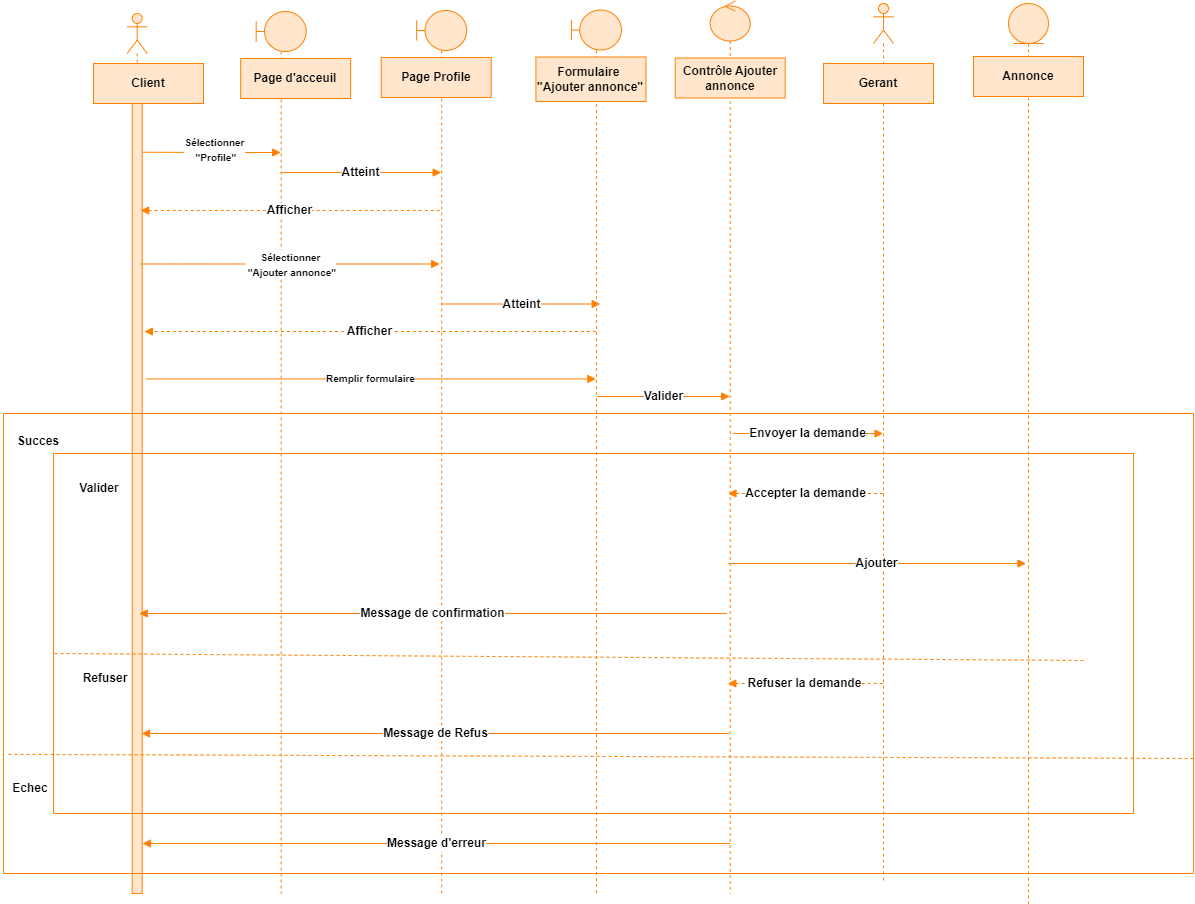
This is images/Ajouter une annonce d.png from alizhassane/pfe, a draw.io export, as it was before one commit. Source tidied: cells renumbered, new cells last; positions are measured from the earlier drawing's top-left corner, leaving out a move shared by most shapes.
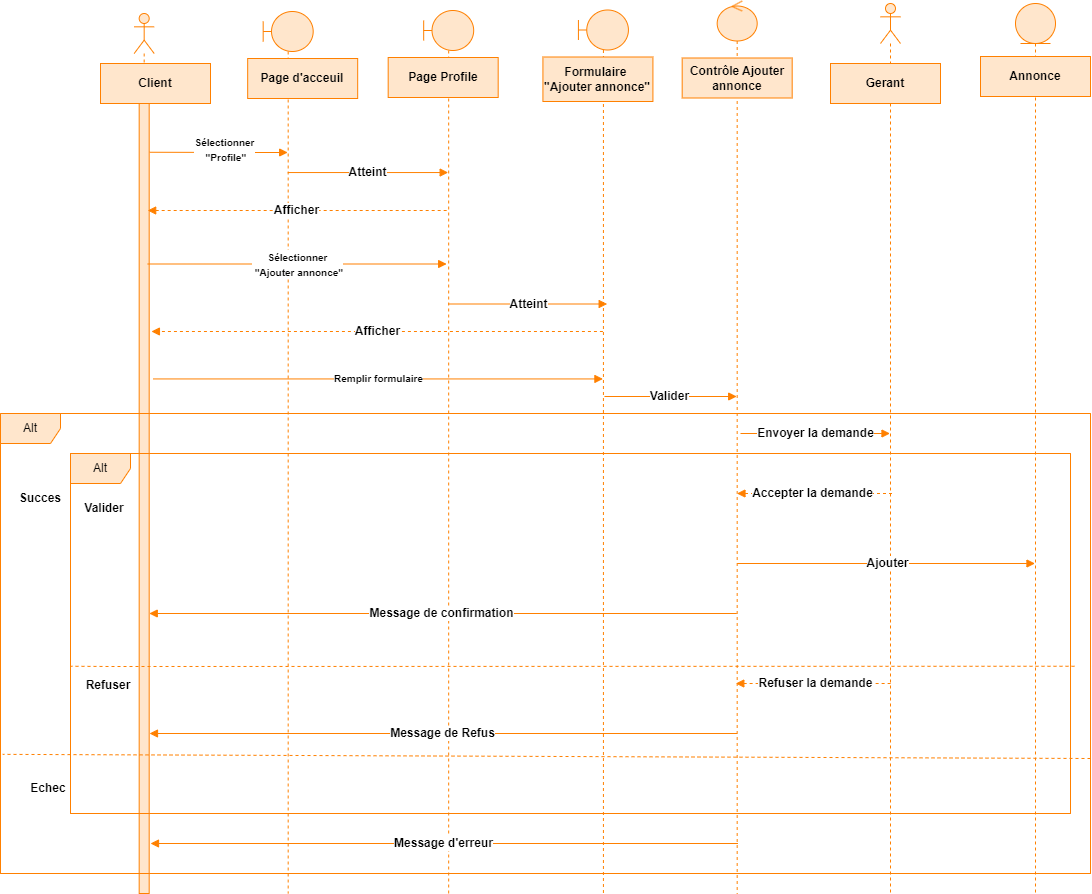
After the commit.

The edit, as a diff of the source:
```diff
@@ -15,7 +15,7 @@
       <mxGeometry x="255.7" y="10" width="50" height="882" as="geometry" />
     </mxCell>
     <mxCell id="6" style="shape=umlLifeline;perimeter=lifelinePerimeter;whiteSpace=wrap;html=1;newEdgeStyle={&quot;curved&quot;:0,&quot;rounded&quot;:0};participant=umlEntity;strokeColor=#FF8000;align=center;verticalAlign=middle;fontFamily=Helvetica;fontSize=12;fontColor=default;fontStyle=1;fillColor=#FFE6CC;" parent="1" vertex="1">
-      <mxGeometry x="1008" y="2" width="40" height="900" as="geometry" />
+      <mxGeometry x="1008" y="2" width="40" height="890" as="geometry" />
     </mxCell>
     <mxCell id="7" style="shape=umlLifeline;perimeter=lifelinePerimeter;whiteSpace=wrap;html=1;newEdgeStyle={&quot;curved&quot;:0,&quot;rounded&quot;:0};participant=umlControl;strokeColor=#FF8000;align=center;verticalAlign=middle;fontFamily=Helvetica;fontSize=12;fontColor=default;fontStyle=1;fillColor=#FFE6CC;" parent="1" vertex="1">
       <mxGeometry x="709.7" y="-0.5" width="40" height="892.5" as="geometry" />
@@ -69,101 +69,108 @@
       </mxGeometry>
     </mxCell>
     <mxCell id="18" style="swimlane;startSize=0;strokeColor=#FF8000;align=center;verticalAlign=middle;fontFamily=Helvetica;fontSize=12;fontColor=default;fontStyle=1;fillColor=#FFE6CC;" parent="1" vertex="1">
-      <mxGeometry x="3" y="412" width="1190" height="460" as="geometry" />
+      <mxGeometry x="-7" y="412" width="1090" height="460" as="geometry" />
     </mxCell>
     <mxCell id="19" value="&lt;b&gt;Succes&lt;/b&gt;" style="text;html=1;align=center;verticalAlign=middle;whiteSpace=wrap;rounded=0;fontFamily=Helvetica;fontSize=12;fontColor=default;fontStyle=1;" parent="18" vertex="1">
-      <mxGeometry x="5" y="13" width="60" height="30" as="geometry" />
+      <mxGeometry x="10" y="70" width="60" height="30" as="geometry" />
     </mxCell>
     <mxCell id="20" value="Message d'erreur" style="html=1;verticalAlign=middle;endArrow=block;curved=0;rounded=0;strokeColor=#FF8000;align=center;fontFamily=Helvetica;fontSize=12;fontColor=default;fontStyle=1;fillColor=#FFE6CC;" parent="18" edge="1">
       <mxGeometry relative="1" as="geometry">
-        <mxPoint x="726.5" y="430" as="sourcePoint" />
-        <mxPoint x="139" y="430" as="targetPoint" />
+        <mxPoint x="737.5" y="430" as="sourcePoint" />
+        <mxPoint x="150" y="430" as="targetPoint" />
       </mxGeometry>
     </mxCell>
-    <mxCell id="21" style="shape=umlLifeline;perimeter=lifelinePerimeter;whiteSpace=wrap;html=1;outlineConnect=0;portConstraint=eastwest;newEdgeStyle={&quot;curved&quot;:0,&quot;rounded&quot;:0};participant=umlBoundary;strokeColor=#FF8000;align=center;verticalAlign=middle;fontFamily=Helvetica;fontSize=12;fontColor=default;fontStyle=1;fillColor=#FFE6CC;" parent="1" vertex="1">
-      <mxGeometry x="570.9" y="8.5" width="50" height="883.5" as="geometry" />
+    <mxCell id="21" value="&lt;b&gt;Echec&lt;/b&gt;" style="text;html=1;align=center;verticalAlign=middle;whiteSpace=wrap;rounded=0;fontFamily=Helvetica;fontSize=12;fontColor=default;fontStyle=1;" parent="18" vertex="1">
+      <mxGeometry x="18" y="360" width="60" height="30" as="geometry" />
     </mxCell>
-    <mxCell id="22" value="Formulaire&amp;nbsp;&lt;div&gt;&lt;span style=&quot;background-color: initial;&quot;&gt;&quot;Ajouter annonce&quot;&lt;/span&gt;&lt;/div&gt;" style="rounded=0;whiteSpace=wrap;html=1;fillColor=#FFE6CC;strokeColor=#FF8000;align=center;verticalAlign=middle;fontFamily=Helvetica;fontSize=12;fontColor=default;fontStyle=1;" parent="1" vertex="1">
-      <mxGeometry x="535.4" y="55.5" width="110" height="44.5" as="geometry" />
+    <mxCell id="22" value="Alt" style="shape=umlFrame;whiteSpace=wrap;html=1;fillColor=#FFE6CC;strokeColor=#FF8000;strokeWidth=1;align=center;verticalAlign=middle;fontFamily=Helvetica;fontSize=12;fontColor=default;" parent="18" vertex="1">
+      <mxGeometry x="70" y="40" width="1000" height="360" as="geometry" />
     </mxCell>
-    <mxCell id="23" value="Afficher" style="html=1;verticalAlign=middle;endArrow=block;curved=0;rounded=0;dashed=1;strokeColor=#FF8000;align=center;fontFamily=Helvetica;fontSize=12;fontColor=default;fontStyle=1;fillColor=#FFE6CC;" parent="1" edge="1">
-      <mxGeometry relative="1" as="geometry">
-        <mxPoint x="595.4" y="330" as="sourcePoint" />
-        <mxPoint x="143.9" y="330" as="targetPoint" />
-      </mxGeometry>
+    <mxCell id="23" value="Alt" style="shape=umlFrame;whiteSpace=wrap;html=1;fillColor=#FFE6CC;strokeColor=#FF8000;strokeWidth=1;align=center;verticalAlign=middle;fontFamily=Helvetica;fontSize=12;fontColor=default;" parent="18" vertex="1">
+      <mxGeometry width="1090" height="460" as="geometry" />
     </mxCell>
-    <mxCell id="24" value="Valider" style="html=1;verticalAlign=middle;endArrow=block;curved=0;rounded=0;strokeColor=#FF8000;align=center;fontFamily=Helvetica;fontSize=12;fontColor=default;fontStyle=1;fillColor=#FFE6CC;" parent="1" edge="1">
-      <mxGeometry relative="1" as="geometry">
-        <mxPoint x="596.9" y="395" as="sourcePoint" />
-        <mxPoint x="729.2" y="395" as="targetPoint" />
-      </mxGeometry>
+    <mxCell id="24" style="shape=umlLifeline;perimeter=lifelinePerimeter;whiteSpace=wrap;html=1;outlineConnect=0;portConstraint=eastwest;newEdgeStyle={&quot;curved&quot;:0,&quot;rounded&quot;:0};participant=umlBoundary;strokeColor=#FF8000;align=center;verticalAlign=middle;fontFamily=Helvetica;fontSize=12;fontColor=default;fontStyle=1;fillColor=#FFE6CC;" parent="1" vertex="1">
+      <mxGeometry x="570.9" y="8.5" width="50" height="883.5" as="geometry" />
     </mxCell>
-    <mxCell id="25" value="&lt;span style=&quot;font-size: 10px;&quot;&gt;Remplir formulaire&lt;/span&gt;" style="html=1;verticalAlign=middle;endArrow=block;curved=0;rounded=0;strokeColor=#FF8000;align=center;fontFamily=Helvetica;fontSize=12;fontColor=default;fontStyle=1;fillColor=#FFE6CC;" parent="1" edge="1" target="21">
-      <mxGeometry relative="1" as="geometry">
-        <mxPoint x="145.7" y="377.4" as="sourcePoint" />
-      </mxGeometry>
+    <mxCell id="25" value="Formulaire&amp;nbsp;&lt;div&gt;&lt;span style=&quot;background-color: initial;&quot;&gt;&quot;Ajouter annonce&quot;&lt;/span&gt;&lt;/div&gt;" style="rounded=0;whiteSpace=wrap;html=1;fillColor=#FFE6CC;strokeColor=#FF8000;align=center;verticalAlign=middle;fontFamily=Helvetica;fontSize=12;fontColor=default;fontStyle=1;" parent="1" vertex="1">
+      <mxGeometry x="535.4" y="55.5" width="110" height="44.5" as="geometry" />
     </mxCell>
-    <mxCell id="26" style="shape=umlLifeline;perimeter=lifelinePerimeter;whiteSpace=wrap;html=1;outlineConnect=0;portConstraint=eastwest;newEdgeStyle={&quot;curved&quot;:0,&quot;rounded&quot;:0};participant=umlActor;fillColor=#FFE6CC;strokeColor=#FF8000;align=center;verticalAlign=middle;fontFamily=Helvetica;fontSize=12;fontColor=default;fontStyle=1;" parent="1" vertex="1">
-      <mxGeometry x="873" y="2" width="20" height="880" as="geometry" />
+    <mxCell id="26" value="Afficher" style="html=1;verticalAlign=middle;endArrow=block;curved=0;rounded=0;dashed=1;strokeColor=#FF8000;align=center;fontFamily=Helvetica;fontSize=12;fontColor=default;fontStyle=1;fillColor=#FFE6CC;" parent="1" edge="1">
+      <mxGeometry relative="1" as="geometry">
+        <mxPoint x="595.4" y="330" as="sourcePoint" />
+        <mxPoint x="143.9" y="330" as="targetPoint" />
+      </mxGeometry>
     </mxCell>
-    <mxCell id="27" value="Gerant" style="rounded=0;whiteSpace=wrap;html=1;fillColor=#FFE6CC;strokeColor=#FF8000;align=center;verticalAlign=middle;fontFamily=Helvetica;fontSize=12;fontColor=default;fontStyle=1;" parent="1" vertex="1">
-      <mxGeometry x="823" y="62" width="110" height="40" as="geometry" />
+    <mxCell id="27" value="Valider" style="html=1;verticalAlign=middle;endArrow=block;curved=0;rounded=0;strokeColor=#FF8000;align=center;fontFamily=Helvetica;fontSize=12;fontColor=default;fontStyle=1;fillColor=#FFE6CC;" parent="1" edge="1">
+      <mxGeometry relative="1" as="geometry">
+        <mxPoint x="596.9" y="395" as="sourcePoint" />
+        <mxPoint x="729.2" y="395" as="targetPoint" />
+      </mxGeometry>
     </mxCell>
-    <mxCell id="28" value="Envoyer la demande" style="html=1;verticalAlign=middle;endArrow=block;curved=0;rounded=0;fillColor=#FFE6CC;strokeColor=#FF8000;align=center;fontFamily=Helvetica;fontSize=12;fontColor=default;fontStyle=1;" parent="1" edge="1" target="26">
+    <mxCell id="28" value="&lt;span style=&quot;font-size: 10px;&quot;&gt;Remplir formulaire&lt;/span&gt;" style="html=1;verticalAlign=middle;endArrow=block;curved=0;rounded=0;strokeColor=#FF8000;align=center;fontFamily=Helvetica;fontSize=12;fontColor=default;fontStyle=1;fillColor=#FFE6CC;" parent="1" edge="1" target="24">
       <mxGeometry relative="1" as="geometry">
-        <mxPoint x="733" y="432" as="sourcePoint" />
+        <mxPoint x="145.7" y="377.4" as="sourcePoint" />
       </mxGeometry>
     </mxCell>
-    <mxCell id="29" style="swimlane;startSize=0;strokeColor=#FF8000;align=center;verticalAlign=middle;fontFamily=Helvetica;fontSize=12;fontColor=default;fontStyle=1;fillColor=#FFE6CC;" parent="1" vertex="1">
-      <mxGeometry x="53" y="452" width="1080" height="360" as="geometry" />
+    <mxCell id="29" style="shape=umlLifeline;perimeter=lifelinePerimeter;whiteSpace=wrap;html=1;outlineConnect=0;portConstraint=eastwest;newEdgeStyle={&quot;curved&quot;:0,&quot;rounded&quot;:0};participant=umlActor;fillColor=#FFE6CC;strokeColor=#FF8000;align=center;verticalAlign=middle;fontFamily=Helvetica;fontSize=12;fontColor=default;fontStyle=1;" parent="1" vertex="1">
+      <mxGeometry x="873" y="2" width="20" height="890" as="geometry" />
     </mxCell>
-    <mxCell id="30" value="&lt;b&gt;Valider&lt;/b&gt;" style="text;html=1;align=center;verticalAlign=middle;whiteSpace=wrap;rounded=0;fontFamily=Helvetica;fontSize=12;fontColor=default;fontStyle=1;" parent="29" vertex="1">
-      <mxGeometry x="16" y="20" width="60" height="30" as="geometry" />
+    <mxCell id="30" value="Gerant" style="rounded=0;whiteSpace=wrap;html=1;fillColor=#FFE6CC;strokeColor=#FF8000;align=center;verticalAlign=middle;fontFamily=Helvetica;fontSize=12;fontColor=default;fontStyle=1;" parent="1" vertex="1">
+      <mxGeometry x="823" y="62" width="110" height="40" as="geometry" />
     </mxCell>
-    <mxCell id="31" value="&lt;b&gt;Refuser&lt;/b&gt;" style="text;html=1;align=center;verticalAlign=middle;whiteSpace=wrap;rounded=0;fontFamily=Helvetica;fontSize=12;fontColor=default;fontStyle=1;" parent="29" vertex="1">
-      <mxGeometry x="22" y="210" width="60" height="30" as="geometry" />
+    <mxCell id="31" value="Envoyer la demande" style="html=1;verticalAlign=middle;endArrow=block;curved=0;rounded=0;fillColor=#FFE6CC;strokeColor=#FF8000;align=center;fontFamily=Helvetica;fontSize=12;fontColor=default;fontStyle=1;" parent="1" edge="1" target="29">
+      <mxGeometry relative="1" as="geometry">
+        <mxPoint x="733" y="432" as="sourcePoint" />
+      </mxGeometry>
     </mxCell>
-    <mxCell id="32" value="&lt;b&gt;Echec&lt;/b&gt;" style="text;html=1;align=center;verticalAlign=middle;whiteSpace=wrap;rounded=0;fontFamily=Helvetica;fontSize=12;fontColor=default;fontStyle=1;" parent="29" vertex="1">
-      <mxGeometry x="-53" y="320" width="60" height="30" as="geometry" />
+    <mxCell id="32" style="swimlane;startSize=0;strokeColor=#FF8000;align=center;verticalAlign=middle;fontFamily=Helvetica;fontSize=12;fontColor=default;fontStyle=1;fillColor=#FFE6CC;" parent="1" vertex="1">
+      <mxGeometry x="63" y="452" width="1000" height="360" as="geometry" />
     </mxCell>
-    <mxCell id="33" value="Accepter la demande" style="html=1;verticalAlign=middle;endArrow=block;curved=0;rounded=0;dashed=1;strokeColor=#FF8000;align=center;fontFamily=Helvetica;fontSize=12;fontColor=default;fontStyle=1;fillColor=#FFE6CC;" parent="29" edge="1">
-      <mxGeometry relative="1" as="geometry">
-        <mxPoint x="829.5" y="40" as="sourcePoint" />
-        <mxPoint x="674.5" y="40" as="targetPoint" />
-      </mxGeometry>
+    <mxCell id="33" value="&lt;b&gt;Valider&lt;/b&gt;" style="text;html=1;align=center;verticalAlign=middle;whiteSpace=wrap;rounded=0;fontFamily=Helvetica;fontSize=12;fontColor=default;fontStyle=1;" parent="32" vertex="1">
+      <mxGeometry x="4" y="40" width="60" height="30" as="geometry" />
     </mxCell>
-    <mxCell id="34" value="Ajouter" style="html=1;verticalAlign=middle;endArrow=block;curved=0;rounded=0;strokeColor=#FF8000;align=center;fontFamily=Helvetica;fontSize=12;fontColor=default;fontStyle=1;fillColor=#FFE6CC;" parent="29" edge="1">
-      <mxGeometry x="-0.01" relative="1" as="geometry">
-        <mxPoint x="674.6" y="110" as="sourcePoint" />
-        <mxPoint x="972.5" y="110" as="targetPoint" />
-      </mxGeometry>
+    <mxCell id="34" value="&lt;b&gt;Refuser&lt;/b&gt;" style="text;html=1;align=center;verticalAlign=middle;whiteSpace=wrap;rounded=0;fontFamily=Helvetica;fontSize=12;fontColor=default;fontStyle=1;" parent="32" vertex="1">
+      <mxGeometry x="8" y="217" width="60" height="30" as="geometry" />
     </mxCell>
-    <mxCell id="35" value="Message de Refus" style="html=1;verticalAlign=middle;endArrow=block;curved=0;rounded=0;strokeColor=#FF8000;align=center;fontFamily=Helvetica;fontSize=12;fontColor=default;fontStyle=1;fillColor=#FFE6CC;" parent="29" edge="1">
+    <mxCell id="35" value="Accepter la demande" style="html=1;verticalAlign=middle;endArrow=block;curved=0;rounded=0;dashed=1;strokeColor=#FF8000;align=center;fontFamily=Helvetica;fontSize=12;fontColor=default;fontStyle=1;fillColor=#FFE6CC;" parent="32" edge="1">
       <mxGeometry relative="1" as="geometry">
-        <mxPoint x="675.5" y="280" as="sourcePoint" />
-        <mxPoint x="88" y="280" as="targetPoint" />
+        <mxPoint x="821.5" y="40" as="sourcePoint" />
+        <mxPoint x="666.5" y="40" as="targetPoint" />
       </mxGeometry>
     </mxCell>
-    <mxCell id="36" value="Message de confirmation" style="html=1;verticalAlign=middle;endArrow=block;curved=0;rounded=0;strokeColor=#FF8000;align=center;fontFamily=Helvetica;fontSize=12;fontColor=default;fontStyle=1;fillColor=#FFE6CC;" parent="29" edge="1">
-      <mxGeometry relative="1" as="geometry">
-        <mxPoint x="673.3" y="160" as="sourcePoint" />
-        <mxPoint x="85.8" y="160" as="targetPoint" />
+    <mxCell id="36" value="Ajouter" style="html=1;verticalAlign=middle;endArrow=block;curved=0;rounded=0;strokeColor=#FF8000;align=center;fontFamily=Helvetica;fontSize=12;fontColor=default;fontStyle=1;fillColor=#FFE6CC;" parent="32" edge="1">
+      <mxGeometry x="-0.01" relative="1" as="geometry">
+        <mxPoint x="666.6" y="110" as="sourcePoint" />
+        <mxPoint x="964.5" y="110" as="targetPoint" />
       </mxGeometry>
     </mxCell>
-    <mxCell id="37" style="html=1;verticalAlign=middle;endArrow=none;curved=0;rounded=0;dashed=1;endFill=0;strokeColor=#FF8000;align=center;fontFamily=Helvetica;fontSize=12;fontColor=default;fontStyle=1;fillColor=#FFE6CC;" parent="29" edge="1">
+    <mxCell id="37" value="Message de Refus" style="html=1;verticalAlign=middle;endArrow=block;curved=0;rounded=0;strokeColor=#FF8000;align=center;fontFamily=Helvetica;fontSize=12;fontColor=default;fontStyle=1;fillColor=#FFE6CC;" parent="32" edge="1">
       <mxGeometry relative="1" as="geometry">
-        <mxPoint x="1030" y="207" as="sourcePoint" />
-        <mxPoint y="200" as="targetPoint" />
+        <mxPoint x="666.5" y="280" as="sourcePoint" />
+        <mxPoint x="79" y="280" as="targetPoint" />
       </mxGeometry>
     </mxCell>
-    <mxCell id="38" value="Refuser la demande" style="html=1;verticalAlign=middle;endArrow=block;curved=0;rounded=0;dashed=1;exitX=0.556;exitY=0.817;exitDx=0;exitDy=0;exitPerimeter=0;strokeColor=#FF8000;align=center;fontFamily=Helvetica;fontSize=12;fontColor=default;fontStyle=1;fillColor=#FFE6CC;" parent="29" edge="1">
+    <mxCell id="38" value="Message de confirmation" style="html=1;verticalAlign=middle;endArrow=block;curved=0;rounded=0;strokeColor=#FF8000;align=center;fontFamily=Helvetica;fontSize=12;fontColor=default;fontStyle=1;fillColor=#FFE6CC;" parent="32" edge="1">
       <mxGeometry relative="1" as="geometry">
-        <mxPoint x="829.1" y="230" as="sourcePoint" />
-        <mxPoint x="674.3" y="230" as="targetPoint" />
+        <mxPoint x="666.3" y="160" as="sourcePoint" />
+        <mxPoint x="78.8" y="160" as="targetPoint" />
       </mxGeometry>
     </mxCell>
-    <mxCell id="39" style="html=1;verticalAlign=middle;endArrow=none;curved=0;rounded=0;dashed=1;endFill=0;entryX=0.002;entryY=0.741;entryDx=0;entryDy=0;entryPerimeter=0;exitX=1;exitY=0.75;exitDx=0;exitDy=0;strokeColor=#FF8000;align=center;fontFamily=Helvetica;fontSize=12;fontColor=default;fontStyle=1;fillColor=#FFE6CC;" parent="1" edge="1" source="18" target="18">
-      <mxGeometry relative="1" as="geometry" />
+    <mxCell id="39" value="Refuser la demande" style="html=1;verticalAlign=middle;endArrow=block;curved=0;rounded=0;dashed=1;exitX=0.556;exitY=0.817;exitDx=0;exitDy=0;exitPerimeter=0;strokeColor=#FF8000;align=center;fontFamily=Helvetica;fontSize=12;fontColor=default;fontStyle=1;fillColor=#FFE6CC;" parent="32" edge="1">
+      <mxGeometry relative="1" as="geometry">
+        <mxPoint x="820.1" y="230" as="sourcePoint" />
+        <mxPoint x="665.3" y="230" as="targetPoint" />
+      </mxGeometry>
     </mxCell>
+    <mxCell id="40" style="html=1;verticalAlign=middle;endArrow=none;curved=0;rounded=0;dashed=1;endFill=0;entryX=0.002;entryY=0.741;entryDx=0;entryDy=0;entryPerimeter=0;exitX=1;exitY=0.75;exitDx=0;exitDy=0;strokeColor=#FF8000;align=center;fontFamily=Helvetica;fontSize=12;fontColor=default;fontStyle=1;fillColor=#FFE6CC;" parent="1" edge="1" source="18" target="18">
+      <mxGeometry relative="1" as="geometry" />
+    </mxCell>
+    <mxCell id="41" style="html=1;verticalAlign=middle;endArrow=none;rounded=0;dashed=1;endFill=0;strokeColor=#FF8000;align=center;fontFamily=Helvetica;fontSize=12;fontColor=default;fontStyle=1;fillColor=#FFE6CC;edgeStyle=orthogonalEdgeStyle;exitX=1.004;exitY=0.591;exitDx=0;exitDy=0;exitPerimeter=0;entryX=0;entryY=0.591;entryDx=0;entryDy=0;entryPerimeter=0;" parent="1" edge="1" source="32" target="32">
+      <mxGeometry relative="1" as="geometry">
+        <Array as="points">
+          <mxPoint x="103" y="665" />
+        </Array>
+      </mxGeometry>
+    </mxCell>
   </root>
 </mxGraphModel>
```
